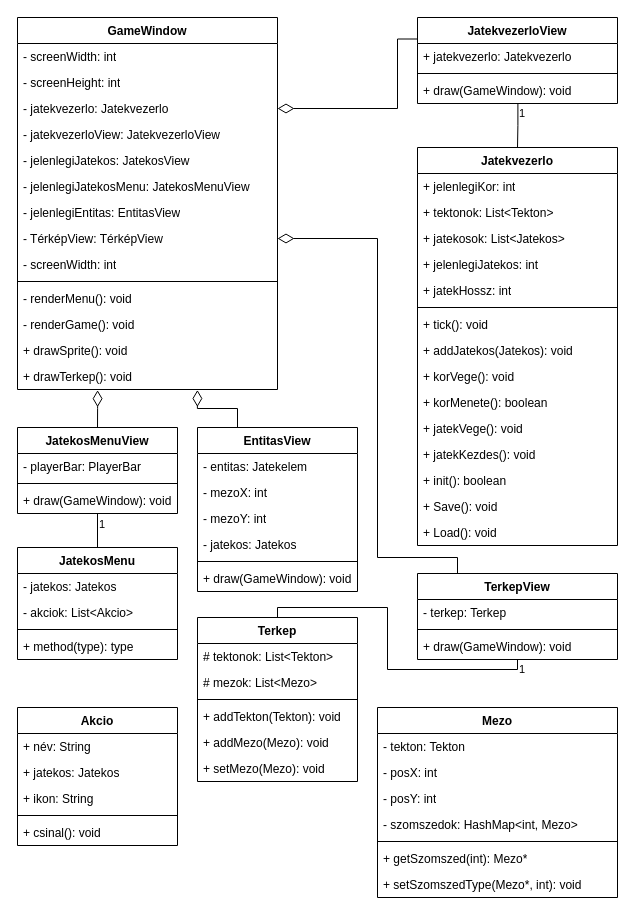
Earlier version of the draw.io diagram diagrams/grafikusClassDiagram.drawio (T0liver/bme-projlab). Source tidied: cells renumbered, new cells numbered last; positions are measured from the earlier drawing's top-left corner, leaving out a move shared by most shapes. Both pictures are drawn from the tidied source at 100%, with x=0, y=0 at pixel (17, 17).
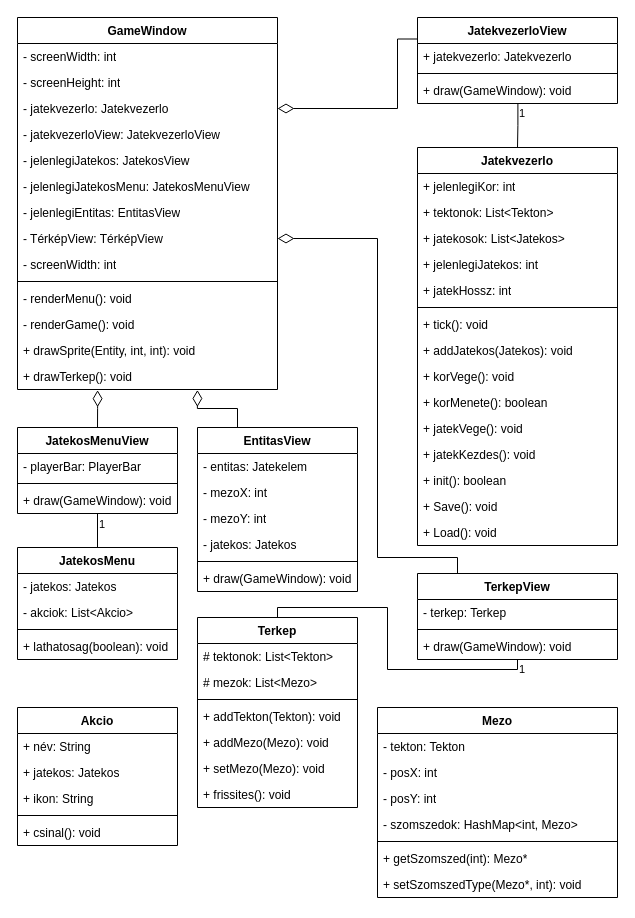
The same diagram, later.

Unchanged cells that the change refers to:
```xml
<mxCell id="2" value="GameWindow" style="swimlane;fontStyle=1;align=center;verticalAlign=top;horizontal=1;startSize=26;whiteSpace=wrap;html=1;swimlaneFillColor=default;" parent="1" vertex="1">
  <mxGeometry width="260" height="372" as="geometry" />
</mxCell>
<mxCell id="21" value="JatekosMenu" style="swimlane;fontStyle=1;align=center;verticalAlign=top;horizontal=1;startSize=26;whiteSpace=wrap;html=1;swimlaneFillColor=default;" parent="1" vertex="1">
  <mxGeometry y="530" width="160" height="112" as="geometry" />
</mxCell>
```

What changed in the source:
```diff
@@
-    <mxCell id="15" value="+ drawSprite(): void" style="text;strokeColor=none;fillColor=none;align=left;verticalAlign=top;spacingLeft=4;spacingRight=4;overflow=hidden;whiteSpace=wrap;html=1;" parent="2" vertex="1">
+    <mxCell id="15" value="+ drawSprite(Entity, int, int): void" style="text;strokeColor=none;fillColor=none;align=left;verticalAlign=top;spacingLeft=4;spacingRight=4;overflow=hidden;whiteSpace=wrap;html=1;" parent="2" vertex="1">
       <mxGeometry y="320" width="260" height="26" as="geometry" />
     </mxCell>
@@
-    <mxCell id="25" value="+ method(type): type" style="text;strokeColor=none;fillColor=none;align=left;verticalAlign=top;spacingLeft=4;spacingRight=4;overflow=hidden;whiteSpace=wrap;html=1;" parent="21" vertex="1">
+    <mxCell id="25" value="+ lathatosag(boolean): void" style="text;strokeColor=none;fillColor=none;align=left;verticalAlign=top;spacingLeft=4;spacingRight=4;overflow=hidden;whiteSpace=wrap;html=1;" parent="21" vertex="1">
       <mxGeometry y="86" width="160" height="26" as="geometry" />
     </mxCell>
@@
     <mxCell id="30" value="Terkep" style="swimlane;fontStyle=1;align=center;verticalAlign=top;horizontal=1;startSize=26;whiteSpace=wrap;html=1;swimlaneFillColor=default;" parent="1" vertex="1">
-      <mxGeometry x="180" y="600" width="160" height="164" as="geometry" />
+      <mxGeometry x="180" y="600" width="160" height="190" as="geometry" />
     </mxCell>
@@
+    <mxCell id="88" value="+ frissites(): void" style="text;strokeColor=none;fillColor=none;align=left;verticalAlign=top;spacingLeft=4;spacingRight=4;overflow=hidden;whiteSpace=wrap;html=1;" parent="30" vertex="1">
+      <mxGeometry y="164" width="160" height="26" as="geometry" />
+    </mxCell>
```
